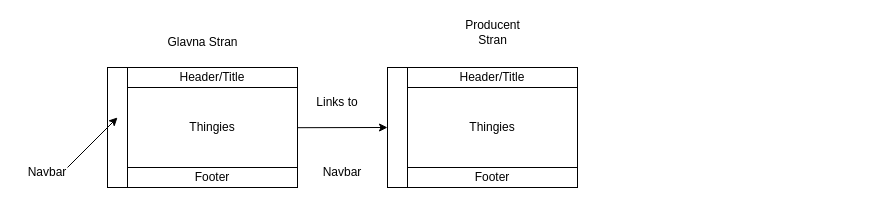
The draw.io diagram Website.drawio in Zancmok/SpotifyBootstrapMagicalProject, before the edit. Source tidied: cells renumbered, new cells numbered last; positions are measured from the earlier drawing's top-left corner, leaving out a move shared by most shapes. Both pictures are drawn from the tidied source at 100%, with x=0, y=0 at pixel (17, 17).
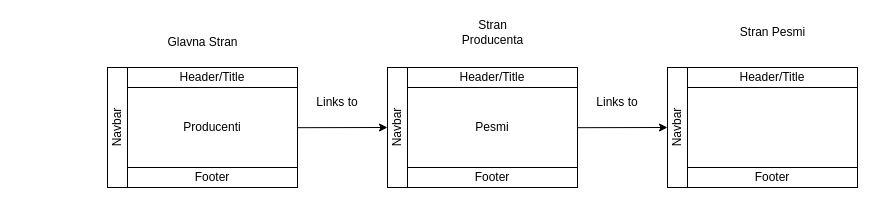
The same diagram, later.

The edit, as a diff of the source:
```diff
@@
-    <mxCell id="7" style="endArrow=classic;html=1;rounded=0;" parent="1" edge="1">
-      <mxGeometry relative="1" as="geometry">
-        <mxPoint x="50" y="150" as="sourcePoint" />
-        <mxPoint x="100" y="100" as="targetPoint" />
-      </mxGeometry>
-    </mxCell>
-    <mxCell id="8" value="Navbar" style="text;html=1;align=center;verticalAlign=middle;whiteSpace=wrap;rounded=0;" parent="1" vertex="1">
-      <mxGeometry y="140" width="60" height="30" as="geometry" />
-    </mxCell>
@@
-    <mxCell id="10" value="Thingies" style="rounded=0;whiteSpace=wrap;html=1;" parent="1" vertex="1">
+    <mxCell id="10" value="Producenti" style="rounded=0;whiteSpace=wrap;html=1;" parent="1" vertex="1">
       <mxGeometry x="110" y="70" width="170" height="80" as="geometry" />
     </mxCell>
@@
-    <mxCell id="16" value="Thingies" style="rounded=0;whiteSpace=wrap;html=1;" parent="1" vertex="1">
+    <mxCell id="16" value="Pesmi" style="rounded=0;whiteSpace=wrap;html=1;" parent="1" vertex="1">
       <mxGeometry x="390" y="70" width="170" height="80" as="geometry" />
     </mxCell>
@@
-    <mxCell id="19" value="Producent Stran" style="text;html=1;align=center;verticalAlign=middle;whiteSpace=wrap;rounded=0;" parent="1" vertex="1">
+    <mxCell id="19" value="Stran Producenta" style="text;html=1;align=center;verticalAlign=middle;whiteSpace=wrap;rounded=0;" parent="1" vertex="1">
       <mxGeometry x="437.5" width="75" height="30" as="geometry" />
     </mxCell>
-    <mxCell id="20" value="Navbar" style="text;html=1;align=center;verticalAlign=middle;whiteSpace=wrap;rounded=0;direction=south;" parent="1" vertex="1">
-      <mxGeometry x="310" y="125" width="30" height="60" as="geometry" />
+    <mxCell id="20" value="Navbar" style="text;html=1;align=center;verticalAlign=middle;whiteSpace=wrap;rounded=0;direction=south;rotation=-90;" parent="1" vertex="1">
+      <mxGeometry x="365" y="80" width="30" height="60" as="geometry" />
     </mxCell>
+    <mxCell id="21" value="Navbar" style="text;html=1;align=center;verticalAlign=middle;whiteSpace=wrap;rounded=0;direction=south;rotation=-90;" parent="1" vertex="1">
+      <mxGeometry x="85" y="80" width="30" height="60" as="geometry" />
+    </mxCell>
+    <mxCell id="22" style="rounded=0;whiteSpace=wrap;html=1;" parent="1" vertex="1">
+      <mxGeometry x="650" y="50" width="190" height="120" as="geometry" />
+    </mxCell>
+    <mxCell id="23" value="Footer" style="rounded=0;whiteSpace=wrap;html=1;" parent="1" vertex="1">
+      <mxGeometry x="670" y="150" width="170" height="20" as="geometry" />
+    </mxCell>
+    <mxCell id="24" value="&lt;div&gt;&lt;br&gt;&lt;/div&gt;" style="rounded=0;whiteSpace=wrap;html=1;" parent="1" vertex="1">
+      <mxGeometry x="650" y="50" width="20" height="120" as="geometry" />
+    </mxCell>
+    <mxCell id="25" style="rounded=0;whiteSpace=wrap;html=1;" parent="1" vertex="1">
+      <mxGeometry x="670" y="50" width="170" height="100" as="geometry" />
+    </mxCell>
+    <mxCell id="26" value="Header/Title" style="rounded=0;whiteSpace=wrap;html=1;" parent="1" vertex="1">
+      <mxGeometry x="670" y="50" width="170" height="20" as="geometry" />
+    </mxCell>
+    <mxCell id="27" style="rounded=0;whiteSpace=wrap;html=1;" parent="1" vertex="1">
+      <mxGeometry x="670" y="70" width="170" height="80" as="geometry" />
+    </mxCell>
+    <mxCell id="28" value="Stran Pesmi" style="text;html=1;align=center;verticalAlign=middle;whiteSpace=wrap;rounded=0;" parent="1" vertex="1">
+      <mxGeometry x="717.5" width="75" height="30" as="geometry" />
+    </mxCell>
+    <mxCell id="29" style="endArrow=classic;html=1;rounded=0;entryX=0;entryY=0.5;entryDx=0;entryDy=0;" parent="1" edge="1">
+      <mxGeometry relative="1" as="geometry">
+        <mxPoint x="560" y="110.2" as="sourcePoint" />
+        <mxPoint x="650" y="110" as="targetPoint" />
+      </mxGeometry>
+    </mxCell>
+    <mxCell id="30" value="Links to" style="text;html=1;align=center;verticalAlign=middle;whiteSpace=wrap;rounded=0;" parent="1" vertex="1">
+      <mxGeometry x="570" y="70" width="60" height="30" as="geometry" />
+    </mxCell>
+    <mxCell id="31" value="Navbar" style="text;html=1;align=center;verticalAlign=middle;whiteSpace=wrap;rounded=0;direction=south;rotation=-90;" parent="1" vertex="1">
+      <mxGeometry x="645" y="80" width="30" height="60" as="geometry" />
+    </mxCell>
```
